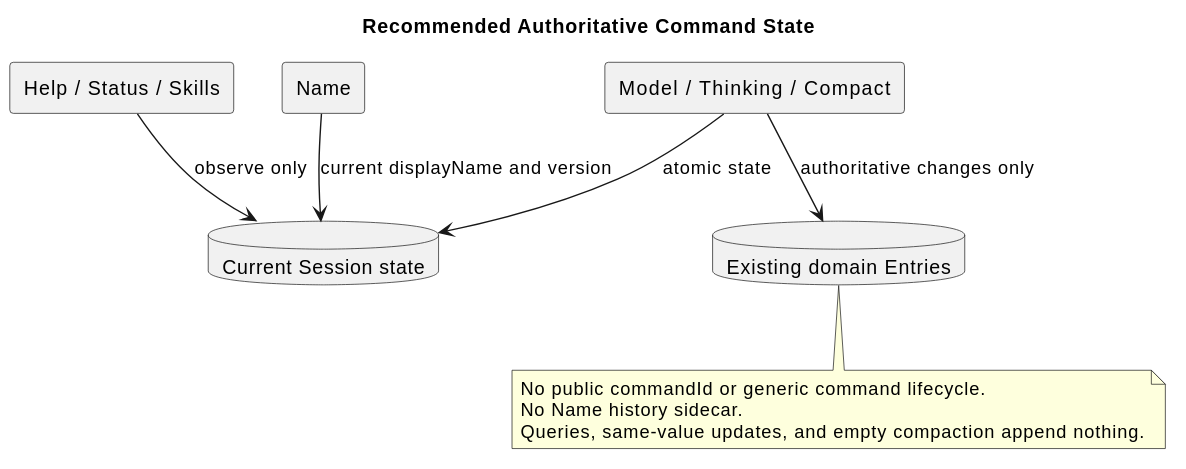
ssm0808/pi-mono-java-design keeps this PlantUML diagram as 04-命令与技能/00-Slash-Command通用模块/设计图/authoritative_command_state.svg. Above is the earlier version.
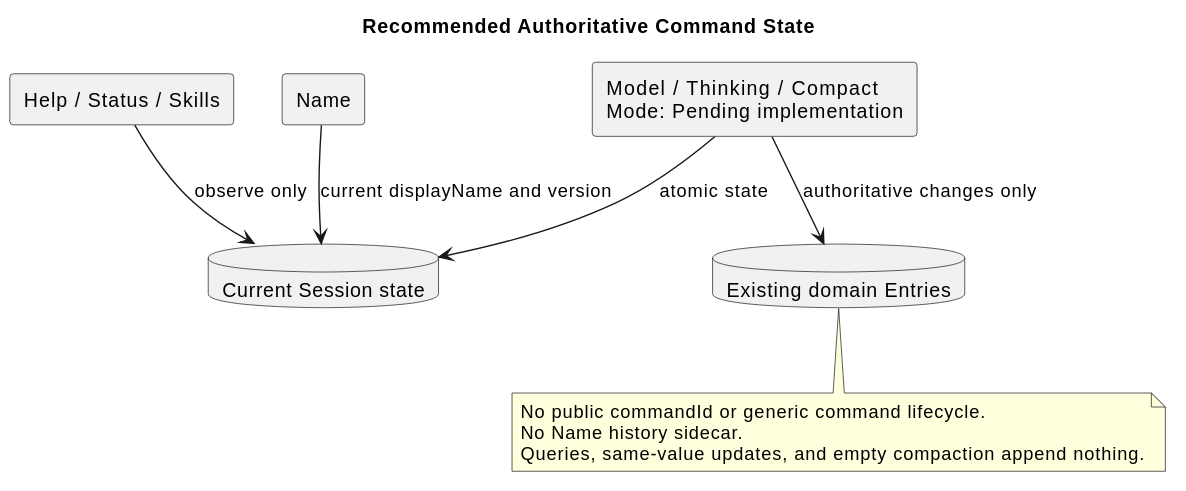
After the change.

Change to the diagram source:
```diff
@@ -3,7 +3,7 @@
 skinparam shadowing false
 rectangle "Help / Status / Skills" as Read
 rectangle Name
-rectangle "Model / Thinking / Compact" as Domain
+rectangle "Model / Thinking / Compact\nMode: Pending implementation" as Domain
 database "Current Session state" as Session
 database "Existing domain Entries" as Entries
 Read --> Session : observe only
```
